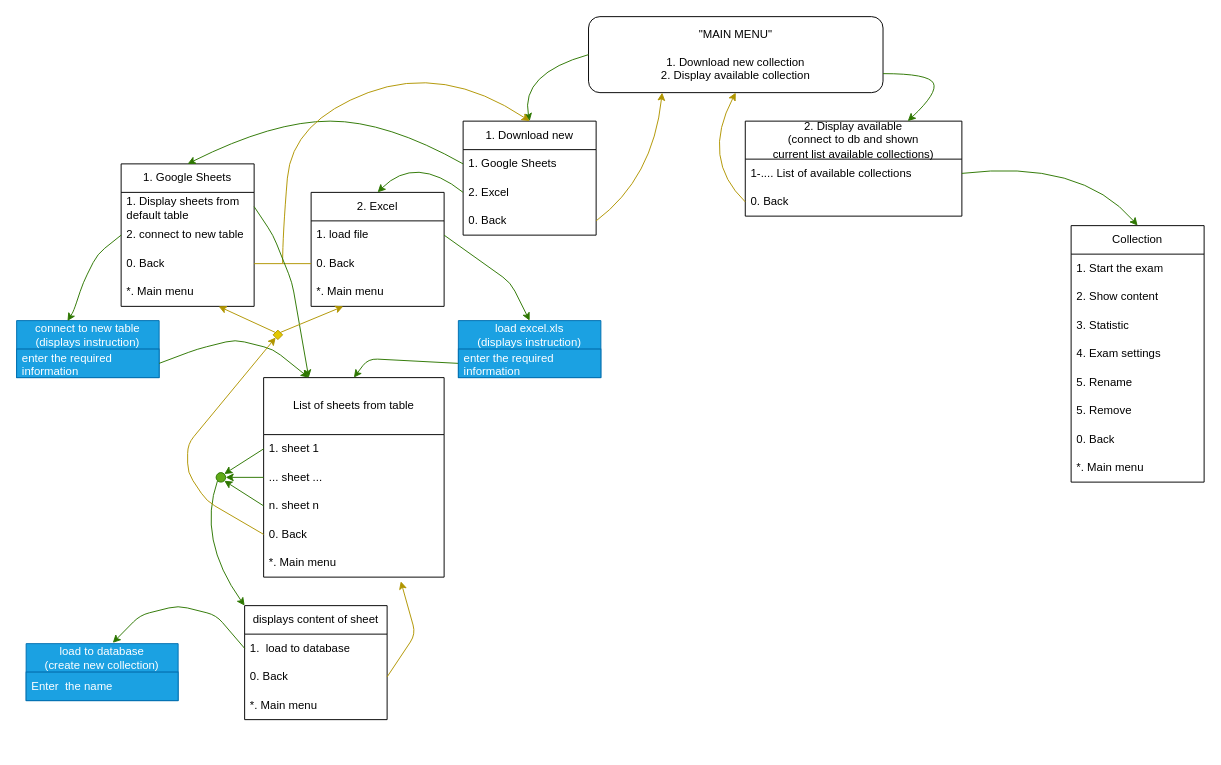
Above: page "CLI_model" (1 of 4) of cli_dialogie_menu_flowchat.drawio in by-dujiy/cli-lingua-learner (draw.io), before the change. Source tidied: cells renumbered, new cells numbered last; positions are measured from the earlier drawing's top-left corner, leaving out a move shared by most shapes. Both pictures are drawn from the tidied source at 95%, with x=0, y=0 at pixel (16, 16).
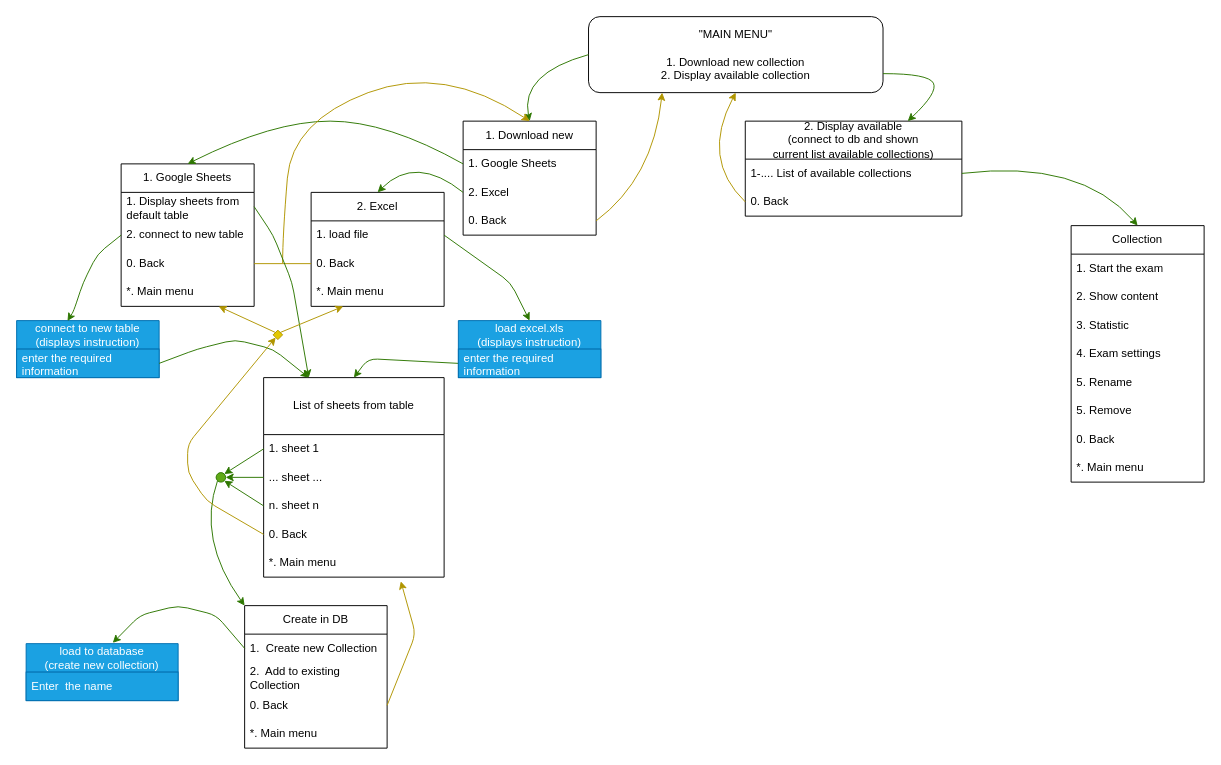
After the change.

Commit message (it also covers changes not shown here):
created an interface class to interact with the database

Change to the diagram source:
```diff
@@
-    <mxCell id="34" value="displays content of sheet" style="swimlane;fontStyle=0;horizontal=1;startSize=30;whiteSpace=wrap;html=1;" parent="1" vertex="1">
-      <mxGeometry x="240" y="620" width="150" height="120" as="geometry" />
+    <mxCell id="34" value="Create in DB" style="swimlane;fontStyle=0;horizontal=1;startSize=30;whiteSpace=wrap;html=1;" parent="1" vertex="1">
+      <mxGeometry x="240" y="620" width="150" height="150" as="geometry" />
     </mxCell>
-    <mxCell id="35" value="1.&amp;nbsp; load to database" style="text;strokeColor=none;fillColor=none;align=left;verticalAlign=middle;spacingLeft=4;spacingRight=4;overflow=hidden;points=[[0,0.5],[1,0.5]];portConstraint=eastwest;whiteSpace=wrap;html=1;" parent="34" vertex="1">
+    <mxCell id="35" value="1.&amp;nbsp; Create new Collection" style="text;strokeColor=none;fillColor=none;align=left;verticalAlign=middle;spacingLeft=4;spacingRight=4;overflow=hidden;points=[[0,0.5],[1,0.5]];portConstraint=eastwest;whiteSpace=wrap;html=1;" parent="34" vertex="1">
       <mxGeometry y="30" width="150" height="30" as="geometry" />
     </mxCell>
+    <mxCell id="69" value="2.&amp;nbsp; Add to existing Collection" style="text;strokeColor=none;fillColor=none;align=left;verticalAlign=middle;spacingLeft=4;spacingRight=4;overflow=hidden;whiteSpace=wrap;html=1;" parent="34" vertex="1">
+      <mxGeometry y="60" width="150" height="30" as="geometry" />
+    </mxCell>
     <mxCell id="36" value="0. Back" style="text;strokeColor=none;fillColor=none;align=left;verticalAlign=middle;spacingLeft=4;spacingRight=4;overflow=hidden;points=[[0,0.5],[1,0.5]];portConstraint=eastwest;whiteSpace=wrap;html=1;" parent="34" vertex="1">
-      <mxGeometry y="60" width="150" height="30" as="geometry" />
+      <mxGeometry y="90" width="150" height="30" as="geometry" />
     </mxCell>
     <mxCell id="37" value="*. Main menu" style="text;strokeColor=none;fillColor=none;align=left;verticalAlign=middle;spacingLeft=4;spacingRight=4;overflow=hidden;whiteSpace=wrap;html=1;" parent="34" vertex="1">
-      <mxGeometry y="90" width="150" height="30" as="geometry" />
+      <mxGeometry y="120" width="150" height="30" as="geometry" />
     </mxCell>
```
